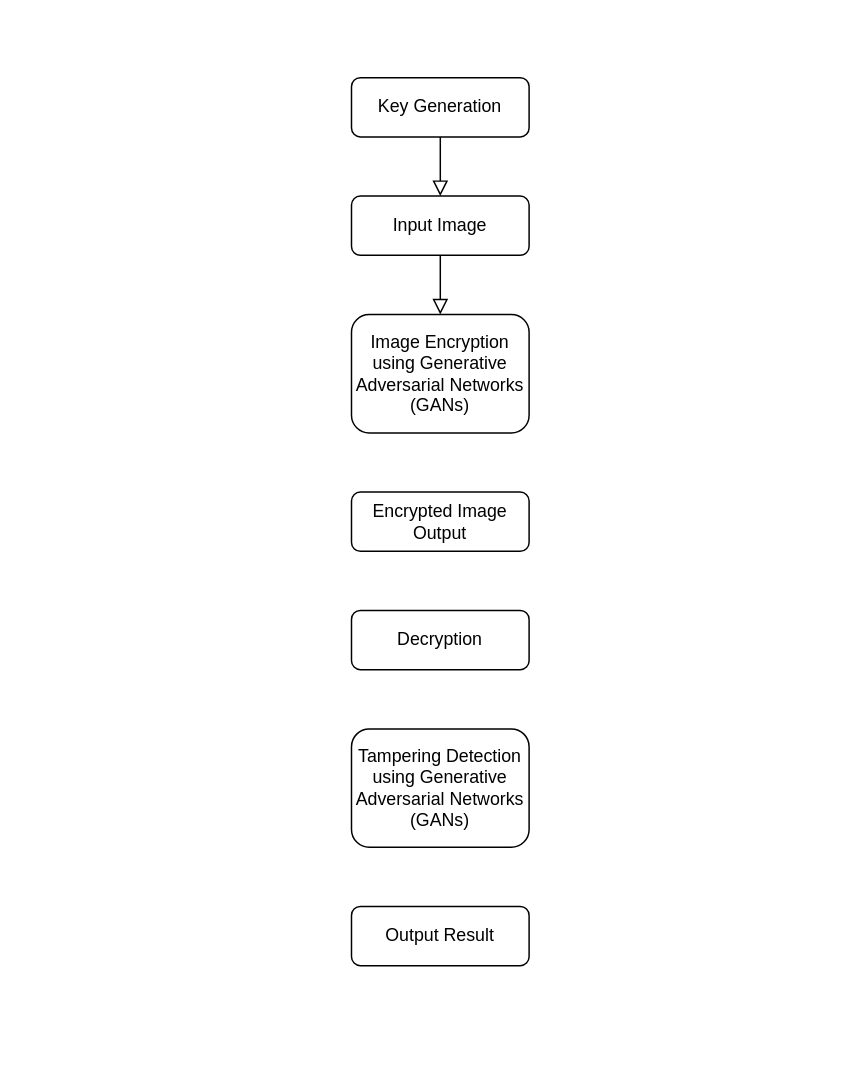
This is Untitled Diagram.drawio from BhavdeepSinghNijhawan/Machine-Learning-for-Enhanced-Cybersecurity-Solutions, a draw.io file, before an edit. Source tidied: cells renumbered, new cells numbered last; positions are measured from the earlier drawing's top-left corner, leaving out a move shared by most shapes. Both pictures are drawn from the tidied source at 148%, with x=0, y=0 at pixel (351, 77).
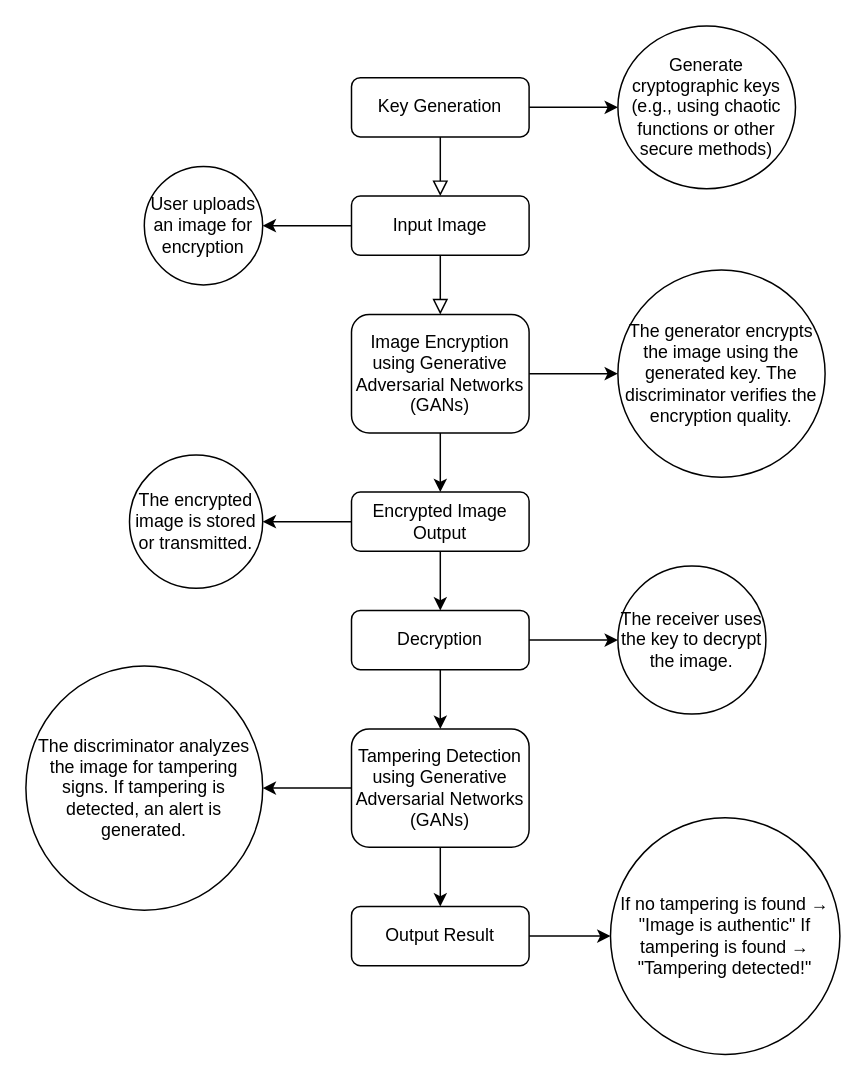
After the change.

The change refers to these unchanged cells:
```xml
<mxCell id="3" value="Key Generation" style="rounded=1;whiteSpace=wrap;html=1;fontSize=12;glass=0;strokeWidth=1;shadow=0;" parent="1" vertex="1">
  <mxGeometry width="120" height="40" as="geometry" />
</mxCell>
<mxCell id="4" value="Input Image" style="rounded=1;whiteSpace=wrap;html=1;" parent="1" vertex="1">
  <mxGeometry y="80" width="120" height="40" as="geometry" />
</mxCell>
<mxCell id="6" value="Image Encryption using&amp;nbsp;Generative Adversarial Networks (GANs)" style="rounded=1;whiteSpace=wrap;html=1;" parent="1" vertex="1">
  <mxGeometry y="160" width="120" height="80" as="geometry" />
</mxCell>
<mxCell id="7" value="Encrypted Image Output" style="rounded=1;whiteSpace=wrap;html=1;" parent="1" vertex="1">
  <mxGeometry y="280" width="120" height="40" as="geometry" />
</mxCell>
<mxCell id="8" value="Decryption" style="rounded=1;whiteSpace=wrap;html=1;" parent="1" vertex="1">
  <mxGeometry y="360" width="120" height="40" as="geometry" />
</mxCell>
<mxCell id="9" value="Tampering Detection using&amp;nbsp;Generative Adversarial Networks (GANs)" style="rounded=1;whiteSpace=wrap;html=1;" parent="1" vertex="1">
  <mxGeometry y="440" width="120" height="80" as="geometry" />
</mxCell>
<mxCell id="10" value="Output Result" style="rounded=1;whiteSpace=wrap;html=1;" parent="1" vertex="1">
  <mxGeometry y="560" width="120" height="40" as="geometry" />
</mxCell>
```

Diff of the diagram source:
```diff
@@
+    <mxCell id="11" style="edgeStyle=orthogonalEdgeStyle;rounded=0;jettySize=auto;html=1;" parent="1" edge="1" source="3" target="22">
+      <mxGeometry relative="1" as="geometry" />
+    </mxCell>
@@
+    <mxCell id="12" style="edgeStyle=orthogonalEdgeStyle;rounded=0;jettySize=auto;html=1;" parent="1" edge="1" source="4" target="23">
+      <mxGeometry relative="1" as="geometry" />
+    </mxCell>
@@
+    <mxCell id="13" style="edgeStyle=orthogonalEdgeStyle;rounded=0;jettySize=auto;html=1;" parent="1" edge="1" source="6" target="7">
+      <mxGeometry relative="1" as="geometry" />
+    </mxCell>
+    <mxCell id="14" style="edgeStyle=orthogonalEdgeStyle;rounded=0;jettySize=auto;html=1;" parent="1" edge="1" source="6" target="24">
+      <mxGeometry relative="1" as="geometry" />
+    </mxCell>
@@
+    <mxCell id="15" style="edgeStyle=orthogonalEdgeStyle;rounded=0;jettySize=auto;html=1;" parent="1" edge="1" source="7" target="8">
+      <mxGeometry relative="1" as="geometry" />
+    </mxCell>
+    <mxCell id="16" style="edgeStyle=orthogonalEdgeStyle;rounded=0;jettySize=auto;html=1;" parent="1" edge="1" source="7" target="25">
+      <mxGeometry relative="1" as="geometry" />
+    </mxCell>
@@
+    <mxCell id="17" style="edgeStyle=orthogonalEdgeStyle;rounded=0;jettySize=auto;html=1;" parent="1" edge="1" source="8" target="9">
+      <mxGeometry relative="1" as="geometry" />
+    </mxCell>
+    <mxCell id="18" style="edgeStyle=orthogonalEdgeStyle;rounded=0;jettySize=auto;html=1;" parent="1" edge="1" source="8" target="26">
+      <mxGeometry relative="1" as="geometry" />
+    </mxCell>
@@
+    <mxCell id="19" style="edgeStyle=orthogonalEdgeStyle;rounded=0;jettySize=auto;html=1;" parent="1" edge="1" source="9" target="10">
+      <mxGeometry relative="1" as="geometry" />
+    </mxCell>
+    <mxCell id="20" style="edgeStyle=orthogonalEdgeStyle;rounded=0;jettySize=auto;html=1;" parent="1" edge="1" source="9" target="27">
+      <mxGeometry relative="1" as="geometry" />
+    </mxCell>
@@
+    <mxCell id="21" style="edgeStyle=orthogonalEdgeStyle;rounded=0;jettySize=auto;html=1;" parent="1" edge="1" source="10" target="28">
+      <mxGeometry relative="1" as="geometry" />
+    </mxCell>
@@
+    <mxCell id="22" value="Generate cryptographic keys (e.g., using chaotic functions or other secure methods)" style="ellipse;whiteSpace=wrap;html=1;rounded=1;glass=0;strokeWidth=1;shadow=0;" parent="1" vertex="1">
+      <mxGeometry x="180" y="-35" width="120" height="110" as="geometry" />
+    </mxCell>
+    <mxCell id="23" value="User uploads an image for encryption" style="ellipse;whiteSpace=wrap;html=1;rounded=1;" parent="1" vertex="1">
+      <mxGeometry x="-140" y="60" width="80" height="80" as="geometry" />
+    </mxCell>
+    <mxCell id="24" value="The generator encrypts the image using the generated key.&amp;nbsp;The discriminator verifies the encryption quality." style="ellipse;whiteSpace=wrap;html=1;rounded=1;" parent="1" vertex="1">
+      <mxGeometry x="180" y="130" width="140" height="140" as="geometry" />
+    </mxCell>
+    <mxCell id="25" value="The encrypted image is stored or transmitted." style="ellipse;whiteSpace=wrap;html=1;rounded=1;" parent="1" vertex="1">
+      <mxGeometry x="-150" y="255" width="90" height="90" as="geometry" />
+    </mxCell>
+    <mxCell id="26" value="The receiver uses the key to decrypt the image." style="ellipse;whiteSpace=wrap;html=1;rounded=1;" parent="1" vertex="1">
+      <mxGeometry x="180" y="330" width="100" height="100" as="geometry" />
+    </mxCell>
+    <mxCell id="27" value="The discriminator analyzes the image for tampering signs.&amp;nbsp;If tampering is detected, an alert is generated." style="ellipse;whiteSpace=wrap;html=1;rounded=1;" parent="1" vertex="1">
+      <mxGeometry x="-220" y="397.5" width="160" height="165" as="geometry" />
+    </mxCell>
+    <mxCell id="28" value="If no tampering is found → &quot;Image is authentic&quot;&amp;nbsp;If tampering is found → &quot;Tampering detected!&quot;" style="ellipse;whiteSpace=wrap;html=1;rounded=1;" parent="1" vertex="1">
+      <mxGeometry x="175" y="500" width="155" height="160" as="geometry" />
+    </mxCell>
```
